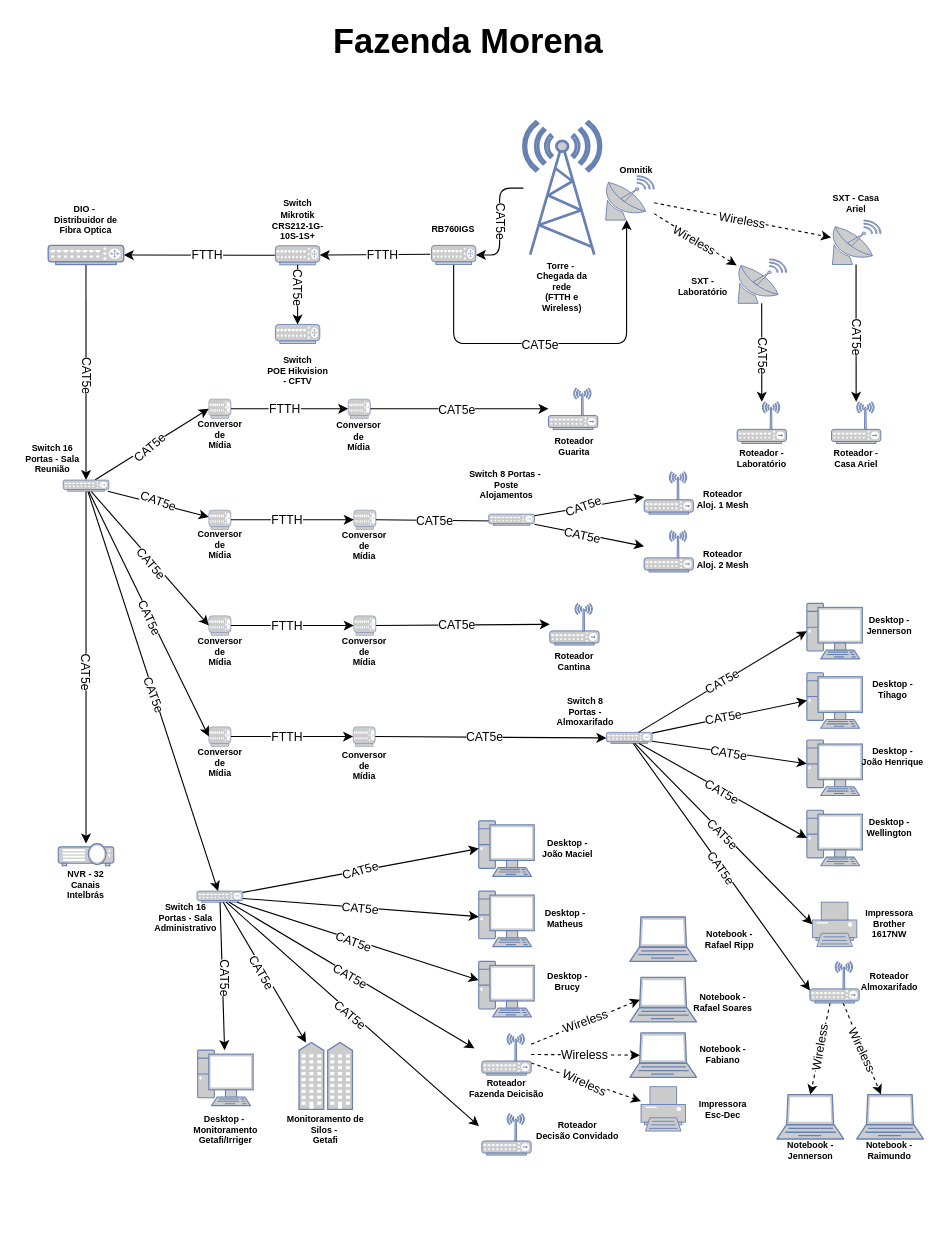
Above: Diagrama Rede Morena.drawio in AlbertoPontes/Fluxogramas (draw.io), before the change. Source tidied: cells renumbered, new cells numbered last; positions are measured from the earlier drawing's top-left corner, leaving out a move shared by most shapes. Both pictures are drawn from the tidied source at 111%, with x=0, y=0 at pixel (19, 19).
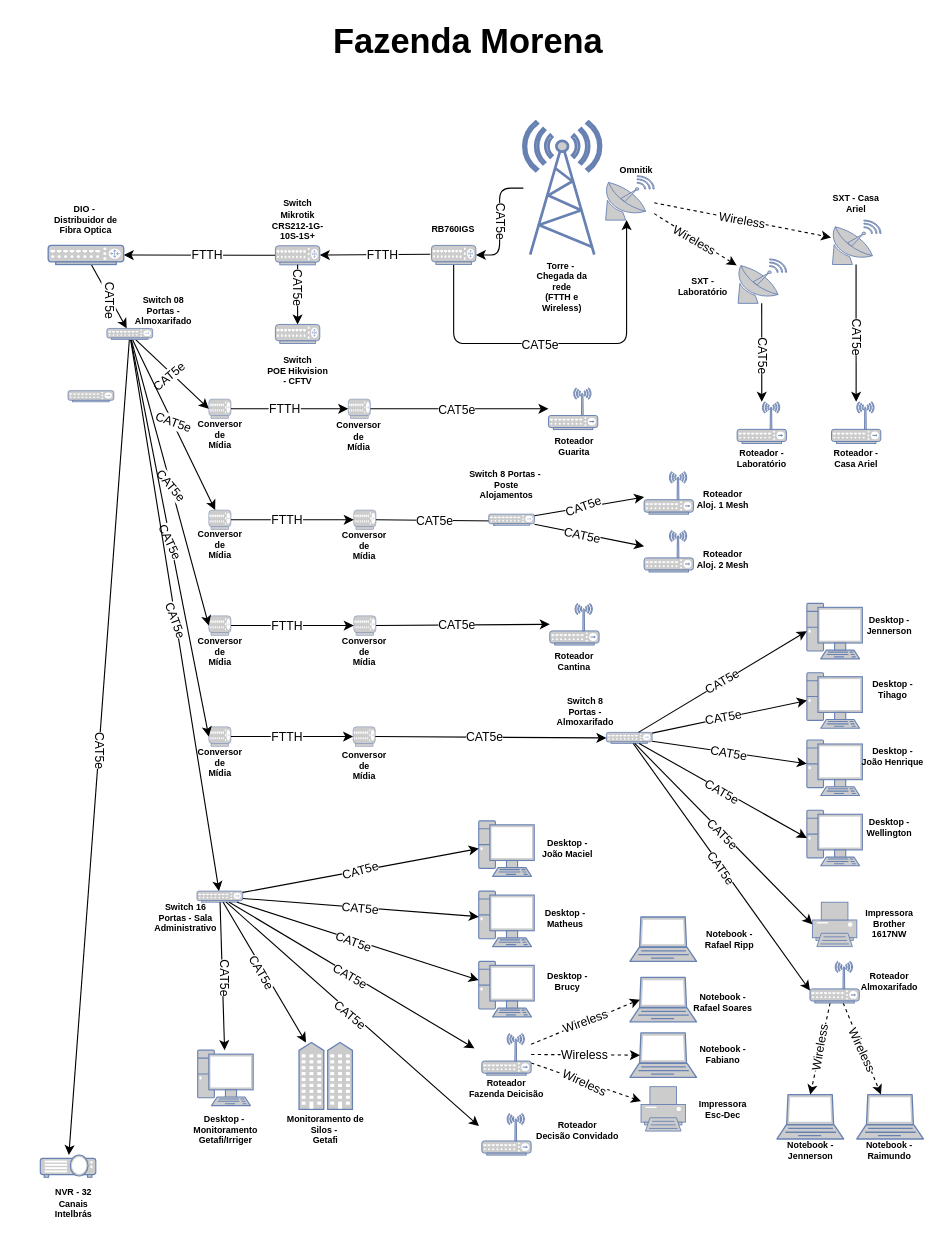
Above is the later version.

Diff of the diagram source:
```diff
@@
-    <mxCell id="123" value="Switch 16 Portas - Sala Reunião" style="text;html=1;strokeColor=none;fillColor=none;align=center;verticalAlign=middle;whiteSpace=wrap;rounded=1;fontSize=8;fontStyle=1;" parent="1" vertex="1">
-      <mxGeometry y="380.8" width="60" height="30" as="geometry" />
+    <mxCell id="123" value="Switch 08 Portas - Almoxarifado" style="text;html=1;strokeColor=none;fillColor=none;align=center;verticalAlign=middle;whiteSpace=wrap;rounded=1;fontSize=8;fontStyle=1;" parent="1" vertex="1">
+      <mxGeometry x="100" y="248.4" width="60" height="30" as="geometry" />
     </mxCell>
@@
     <mxCell id="166" style="fontColor=#0066CC;verticalAlign=top;verticalLabelPosition=bottom;labelPosition=center;align=center;html=1;outlineConnect=0;fillColor=#CCCCCC;strokeColor=#6881B3;gradientColor=none;gradientDirection=north;strokeWidth=2;shape=mxgraph.networks.video_projector;rounded=1;" parent="1" vertex="1">
-      <mxGeometry x="35" y="742.5" width="50" height="20" as="geometry" />
+      <mxGeometry x="18.8" y="1023.1" width="50" height="20" as="geometry" />
     </mxCell>
@@
     <mxCell id="169" value="NVR - 32 Canais Intelbrás" style="text;html=1;strokeColor=none;fillColor=none;align=center;verticalAlign=middle;whiteSpace=wrap;rounded=1;fontSize=8;fontStyle=1;" parent="1" vertex="1">
-      <mxGeometry x="30" y="765.3" width="60" height="30" as="geometry" />
+      <mxGeometry x="18.8" y="1052" width="60" height="30" as="geometry" />
     </mxCell>
     <mxCell id="170" style="fontColor=#0066CC;verticalAlign=top;verticalLabelPosition=bottom;labelPosition=center;align=center;html=1;outlineConnect=0;fillColor=#CCCCCC;strokeColor=#6881B3;gradientColor=none;gradientDirection=north;strokeWidth=2;shape=mxgraph.networks.hub;rounded=1;" parent="1" vertex="1">
-      <mxGeometry x="39.4" y="415" width="41.2" height="10" as="geometry" />
+      <mxGeometry x="78.8" y="278.4" width="41.2" height="10" as="geometry" />
     </mxCell>
@@
+    <mxCell id="183" style="fontColor=#0066CC;verticalAlign=top;verticalLabelPosition=bottom;labelPosition=center;align=center;html=1;fillColor=#CCCCCC;strokeColor=#6881B3;gradientColor=none;gradientDirection=north;strokeWidth=2;shape=mxgraph.networks.hub;rounded=1;" parent="1" vertex="1">
+      <mxGeometry x="43.8" y="334.5" width="41.2" height="10" as="geometry" />
+    </mxCell>
```
